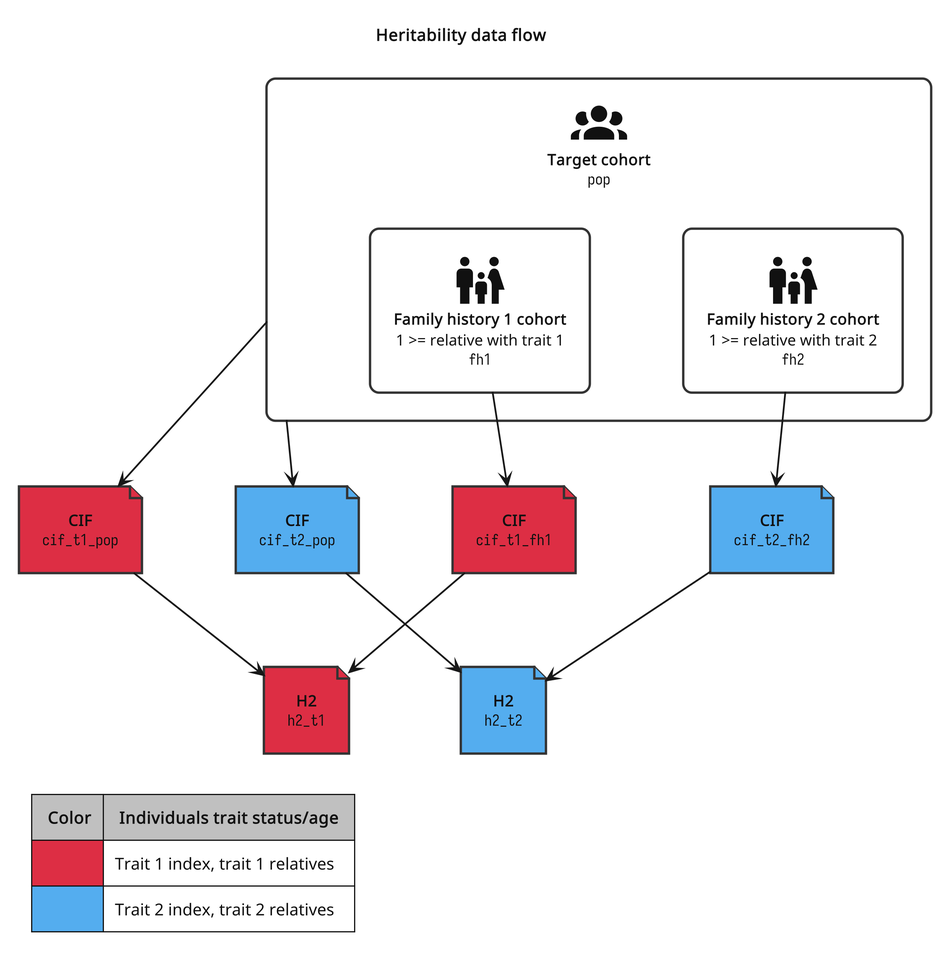
Before: guides/diagrams/h2-data-flow.png, a diagram exported from PlantUML (BioPsyk/epimight).
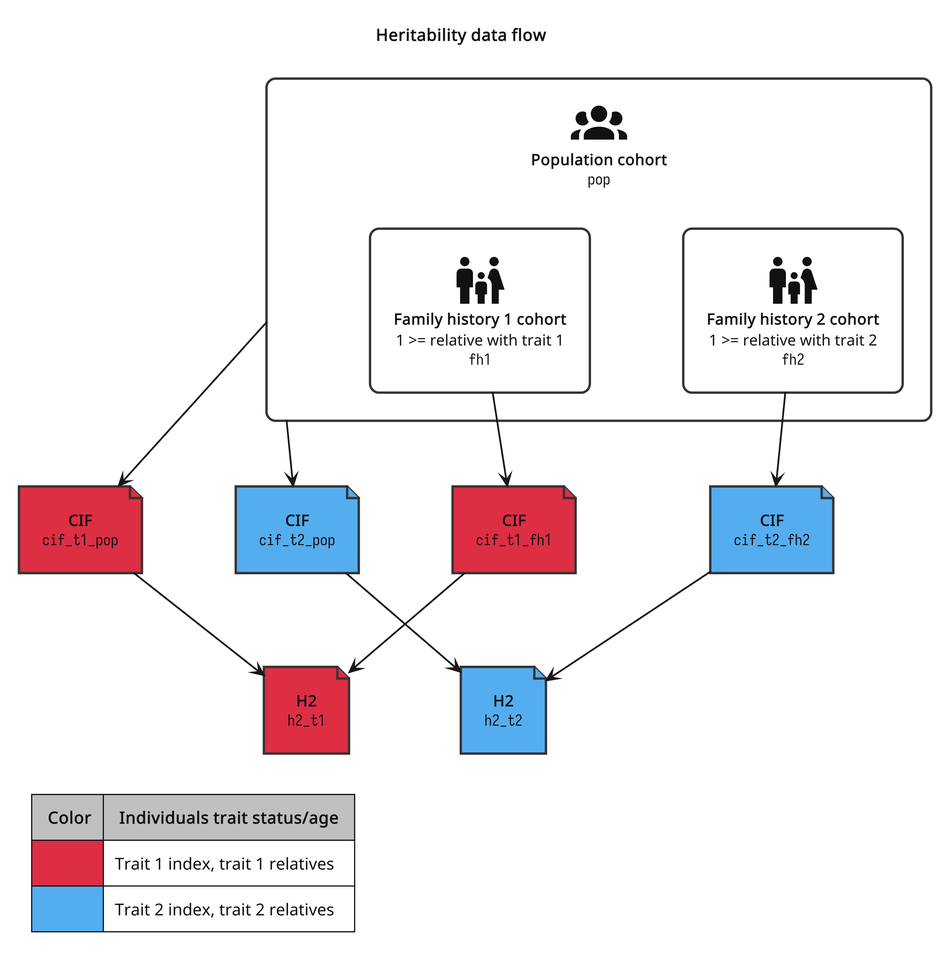
After the change.

Commit message:
Improves phrasing

Diff of the diagram source:
```diff
@@ -40,7 +40,7 @@
   |<#54adef>|Trait 2 index, trait 2 relatives|
 endlegend
 
-rectangle "<$mdiAccountGroup{scale=1}>\n**Target cohort**\n""pop""" as pop {
+rectangle "<$mdiAccountGroup{scale=1}>\n**Population cohort**\n""pop""" as pop {
   rectangle "<$mdiHumanMaleFemaleChild{scale=1}>\n**Family history 1 cohort**\n1 >= relative with trait 1\n""fh1""" as fh1
   rectangle "<$mdiHumanMaleFemaleChild{scale=1}>\n**Family history 2 cohort**\n1 >= relative with trait 2\n""fh2""" as fh2
 }
```
